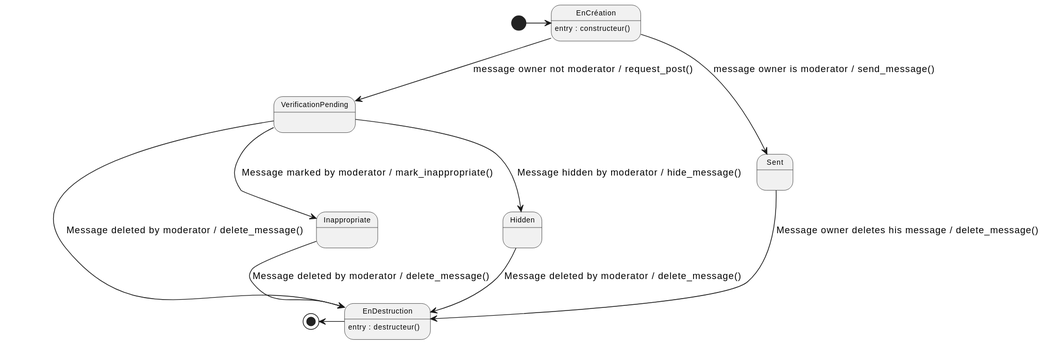
lukalafaye/MiniSocs keeps this PlantUML diagram as Diagrammes/minisocs_uml_diag_machine_a_etats_message.svg. Above is the earlier version.
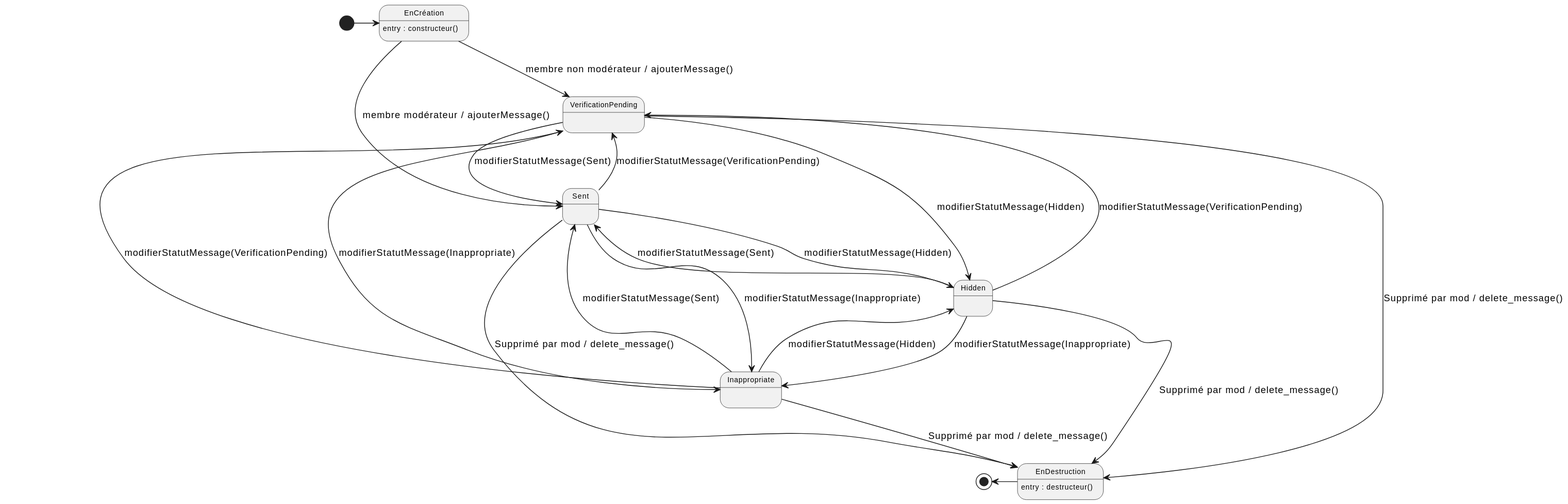
The same diagram one commit later.

The edit, as a diff of the source:
```diff
@@ -8,15 +8,28 @@
 state EnDestruction : entry : destructeur()
 
 [*] -right-> EnCréation
-EnCréation --> VerificationPending: message owner not moderator / request_post()
-EnCréation --> Sent: message owner is moderator / send_message()
-VerificationPending --> EnDestruction: Message deleted by moderator / delete_message()
-VerificationPending --> Inappropriate: Message marked by moderator / mark_inappropriate()
-VerificationPending --> Hidden: Message hidden by moderator / hide_message()
-Hidden              --> EnDestruction: Message deleted by moderator / delete_message()
-Inappropriate       --> EnDestruction: Message deleted by moderator / delete_message()
-Sent --> EnDestruction: Message owner deletes his message / delete_message()
+EnCréation --> VerificationPending: membre non modérateur / ajouterMessage()
+EnCréation --> Sent: membre modérateur / ajouterMessage()
 
+VerificationPending --> EnDestruction: Supprimé par mod / delete_message()
+VerificationPending --> Inappropriate: modifierStatutMessage(Inappropriate)
+VerificationPending --> Hidden: modifierStatutMessage(Hidden)
+VerificationPending --> Sent: modifierStatutMessage(Sent)
+
+Hidden              --> EnDestruction: Supprimé par mod / delete_message()
+Hidden              --> Inappropriate: modifierStatutMessage(Inappropriate)
+Hidden              --> Sent: modifierStatutMessage(Sent)
+Hidden              --> VerificationPending: modifierStatutMessage(VerificationPending)
+
+Inappropriate       --> EnDestruction: Supprimé par mod / delete_message()
+Inappropriate              --> Hidden: modifierStatutMessage(Hidden)
+Inappropriate              --> Sent: modifierStatutMessage(Sent)
+Inappropriate              --> VerificationPending: modifierStatutMessage(VerificationPending)
+
+Sent --> EnDestruction: Supprimé par mod / delete_message()
+Sent              --> Hidden: modifierStatutMessage(Hidden)
+Sent              --> Inappropriate: modifierStatutMessage(Inappropriate)
+Sent              --> VerificationPending: modifierStatutMessage(VerificationPending)
 
 EnDestruction-left-> [*]
 @enduml
```
